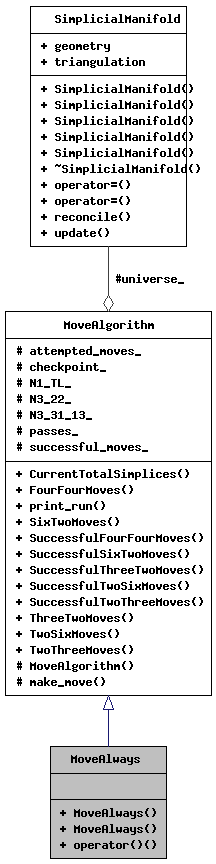
Before: class_move_always__coll__graph.png, a diagram exported from Graphviz (acgetchell/CDT-plusplus). Its source is kept beside it as class_move_always__coll__graph.dot. Source of this version:
```dot
digraph "MoveAlways"
{
  edge [fontname="Helvetica",fontsize="10",labelfontname="Helvetica",labelfontsize="10"];
  node [fontname="Helvetica",fontsize="10",shape=record];
  Node1 [label="{MoveAlways\n||+ MoveAlways()\l+ MoveAlways()\l+ operator()()\l}",height=0.2,width=0.4,color="black", fillcolor="grey75", style="filled", fontcolor="black",tooltip=" "];
  Node2 -> Node1 [dir="back",color="midnightblue",fontsize="10",style="solid",arrowtail="onormal",fontname="Helvetica"];
  Node2 [label="{MoveAlgorithm\n|# attempted_moves_\l# checkpoint_\l# N1_TL_\l# N3_22_\l# N3_31_13_\l# passes_\l# successful_moves_\l|+ CurrentTotalSimplices()\l+ FourFourMoves()\l+ print_run()\l+ SixTwoMoves()\l+ SuccessfulFourFourMoves()\l+ SuccessfulSixTwoMoves()\l+ SuccessfulThreeTwoMoves()\l+ SuccessfulTwoSixMoves()\l+ SuccessfulTwoThreeMoves()\l+ ThreeTwoMoves()\l+ TwoSixMoves()\l+ TwoThreeMoves()\l# MoveAlgorithm()\l# make_move()\l}",height=0.2,width=0.4,color="black", fillcolor="white", style="filled",URL="$class_move_algorithm.html",tooltip="Base class for move algorithms."];
  Node3 -> Node2 [color="grey25",fontsize="10",style="solid",label=" #universe_" ,arrowhead="odiamond",fontname="Helvetica"];
  Node3 [label="{SimplicialManifold\n|+ geometry\l+ triangulation\l|+ SimplicialManifold()\l+ SimplicialManifold()\l+ SimplicialManifold()\l+ SimplicialManifold()\l+ SimplicialManifold()\l+ ~SimplicialManifold()\l+ operator=()\l+ operator=()\l+ reconcile()\l+ update()\l}",height=0.2,width=0.4,color="black", fillcolor="white", style="filled",URL="$struct_simplicial_manifold.html",tooltip=" "];
}
```
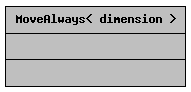
Above is the later version.

Change to the diagram source:
```diff
@@ -1,10 +1,6 @@
-digraph "MoveAlways"
+digraph "MoveAlways&lt; dimension &gt;"
 {
   edge [fontname="Helvetica",fontsize="10",labelfontname="Helvetica",labelfontsize="10"];
   node [fontname="Helvetica",fontsize="10",shape=record];
-  Node1 [label="{MoveAlways\n||+ MoveAlways()\l+ MoveAlways()\l+ operator()()\l}",height=0.2,width=0.4,color="black", fillcolor="grey75", style="filled", fontcolor="black",tooltip=" "];
-  Node2 -> Node1 [dir="back",color="midnightblue",fontsize="10",style="solid",arrowtail="onormal",fontname="Helvetica"];
-  Node2 [label="{MoveAlgorithm\n|# attempted_moves_\l# checkpoint_\l# N1_TL_\l# N3_22_\l# N3_31_13_\l# passes_\l# successful_moves_\l|+ CurrentTotalSimplices()\l+ FourFourMoves()\l+ print_run()\l+ SixTwoMoves()\l+ SuccessfulFourFourMoves()\l+ SuccessfulSixTwoMoves()\l+ SuccessfulThreeTwoMoves()\l+ SuccessfulTwoSixMoves()\l+ SuccessfulTwoThreeMoves()\l+ ThreeTwoMoves()\l+ TwoSixMoves()\l+ TwoThreeMoves()\l# MoveAlgorithm()\l# make_move()\l}",height=0.2,width=0.4,color="black", fillcolor="white", style="filled",URL="$class_move_algorithm.html",tooltip="Base class for move algorithms."];
-  Node3 -> Node2 [color="grey25",fontsize="10",style="solid",label=" #universe_" ,arrowhead="odiamond",fontname="Helvetica"];
-  Node3 [label="{SimplicialManifold\n|+ geometry\l+ triangulation\l|+ SimplicialManifold()\l+ SimplicialManifold()\l+ SimplicialManifold()\l+ SimplicialManifold()\l+ SimplicialManifold()\l+ ~SimplicialManifold()\l+ operator=()\l+ operator=()\l+ reconcile()\l+ update()\l}",height=0.2,width=0.4,color="black", fillcolor="white", style="filled",URL="$struct_simplicial_manifold.html",tooltip=" "];
+  Node1 [label="{MoveAlways\< dimension \>\n||}",height=0.2,width=0.4,color="black", fillcolor="grey75", style="filled", fontcolor="black",tooltip=" "];
 }
```
